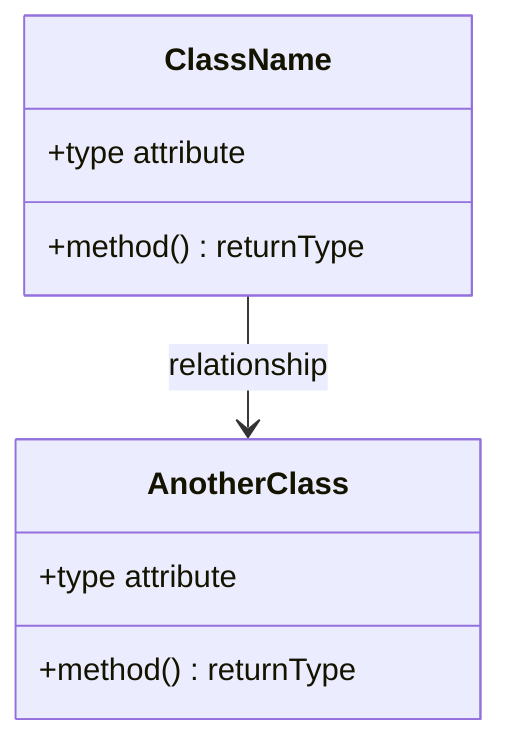
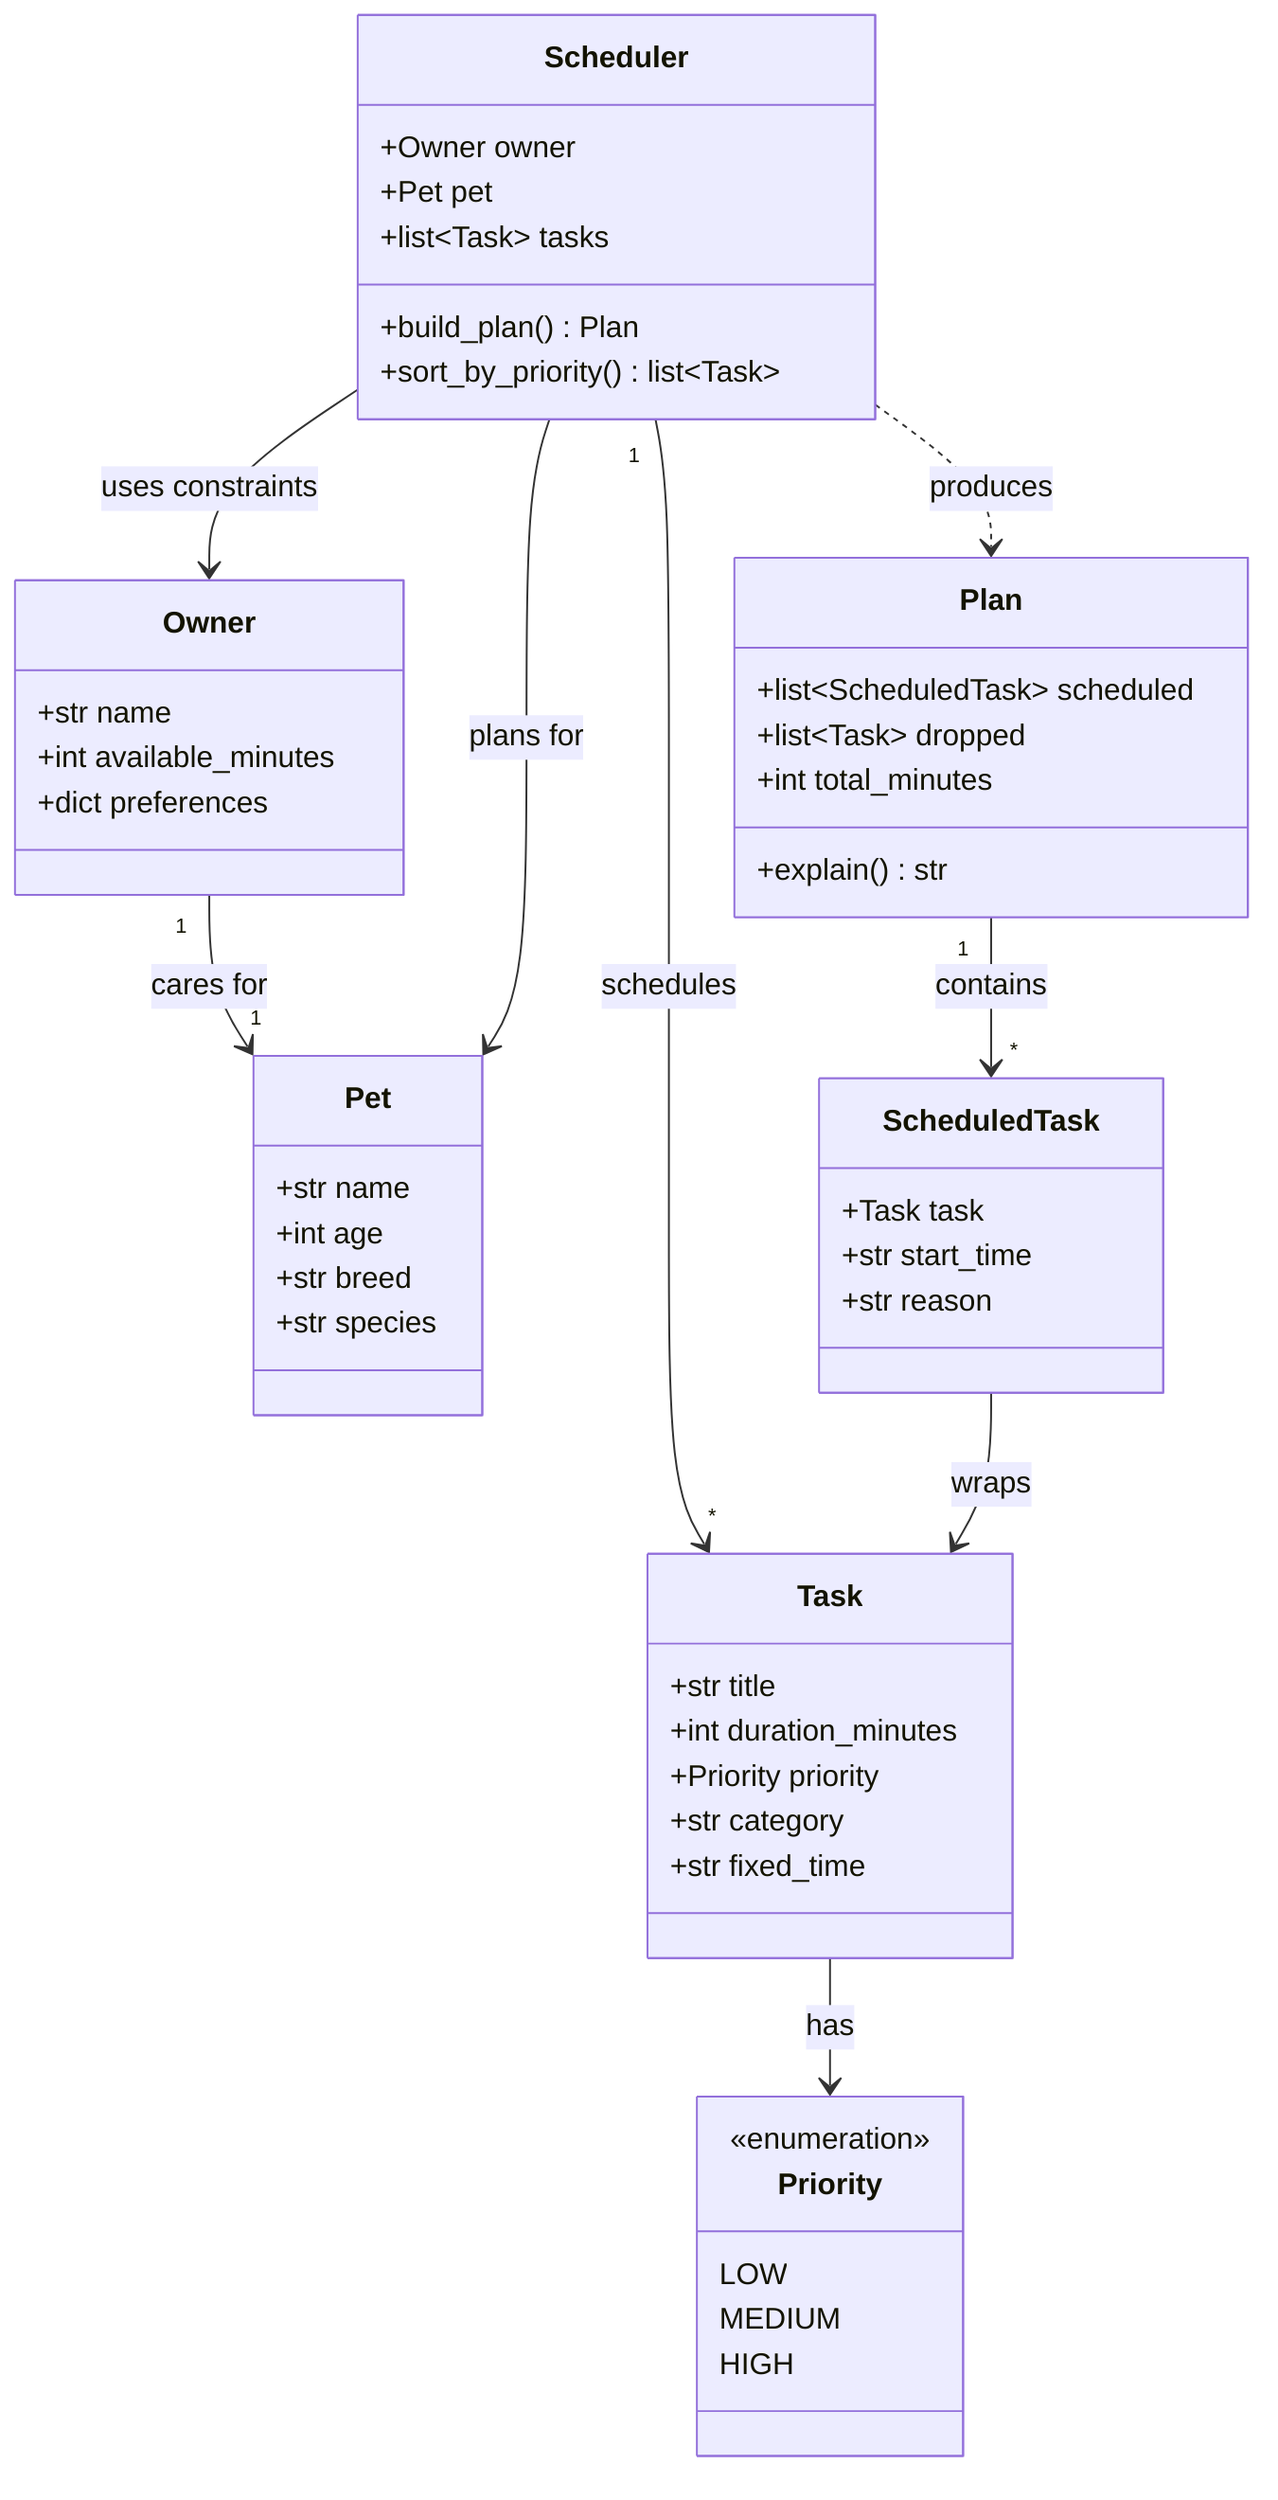
classDiagram
-     %% Replace the placeholders below with your actual classes, attributes, methods, and relationships.
-     %% Keep this file updated so it matches your final implementation.
+     %% PawPal+ — pet care planning assistant
+     %% Keep this updated so it matches your final implementation.

-     class ClassName {
-         +type attribute
-         +method() returnType
+     class Pet {
+         +str name
+         +int age
+         +str breed
+         +str species
    }

-     class AnotherClass {
-         +type attribute
-         +method() returnType
+     class Owner {
+         +str name
+         +int available_minutes
+         +dict preferences
    }

-     ClassName --> AnotherClass : relationship
+     class Task {
+         +str title
+         +int duration_minutes
+         +Priority priority
+         +str category
+         +str fixed_time
+     }
+ 
+     class Priority {
+         <<enumeration>>
+         LOW
+         MEDIUM
+         HIGH
+     }
+ 
+     class ScheduledTask {
+         +Task task
+         +str start_time
+         +str reason
+     }
+ 
+     class Plan {
+         +list~ScheduledTask~ scheduled
+         +list~Task~ dropped
+         +int total_minutes
+         +explain() str
+     }
+ 
+     class Scheduler {
+         +Owner owner
+         +Pet pet
+         +list~Task~ tasks
+         +build_plan() Plan
+         +sort_by_priority() list~Task~
+     }
+ 
+     Owner "1" --> "1" Pet : cares for
+     Scheduler --> Owner : uses constraints
+     Scheduler --> Pet : plans for
+     Scheduler "1" --> "*" Task : schedules
+     Scheduler ..> Plan : produces
+     Plan "1" --> "*" ScheduledTask : contains
+     ScheduledTask --> Task : wraps
+     Task --> Priority : has
